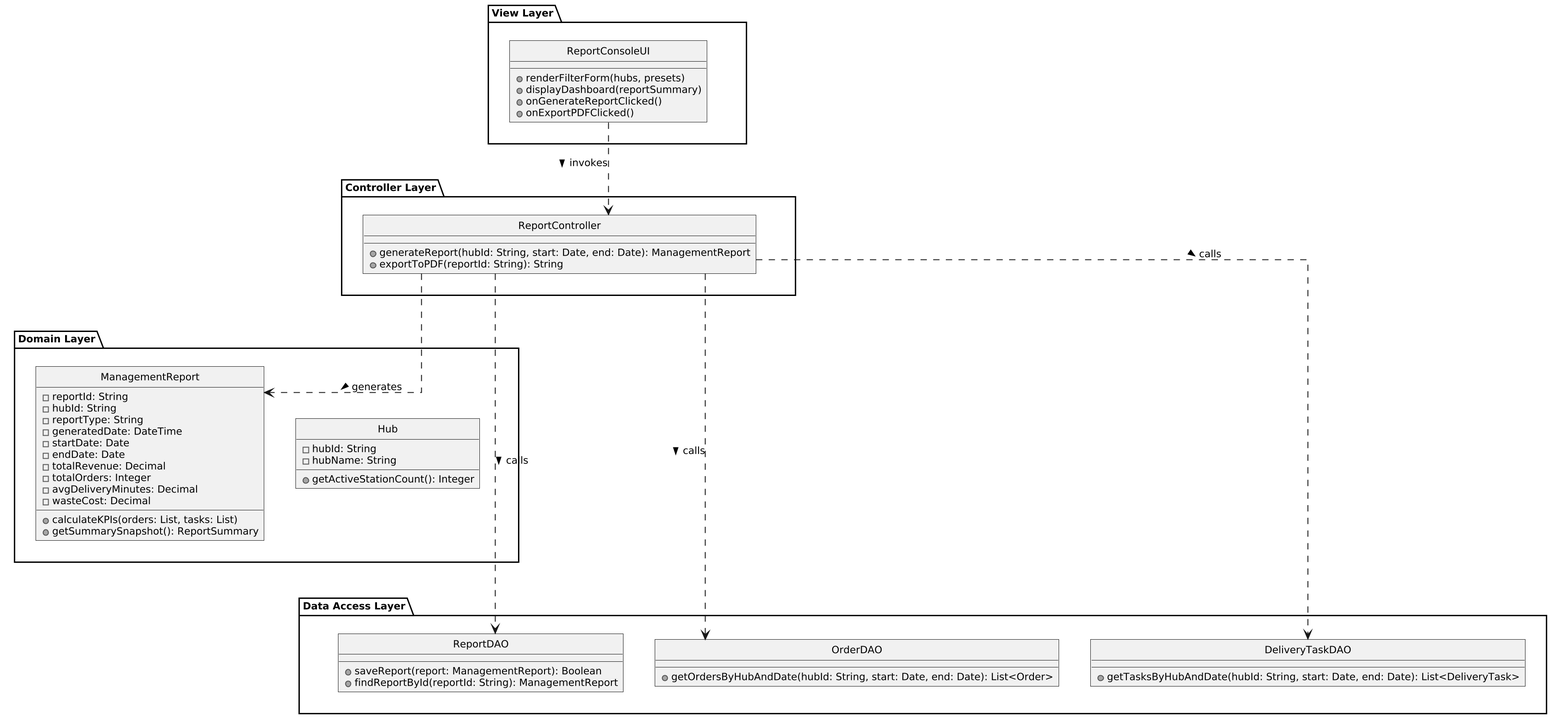
The PlantUML diagram Part_2/image_Tuu/UC16_3Layer_Design_Class.png in DoQuocTrung06/SaigonBite-RAD-TeamF10, before a commit.
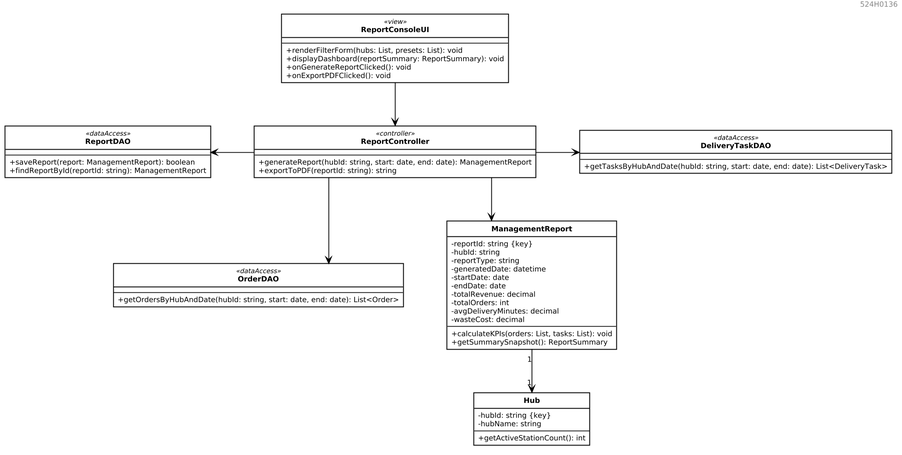
Above is the later version.

Change to the diagram source:
```diff
@@ -3,73 +3,93 @@
 skinparam shadowing false
 skinparam backgroundColor #FFFFFF
 skinparam defaultFontName Arial
-skinparam defaultFontSize 11
-skinparam roundCorner 0
-skinparam dpi 200
+skinparam defaultFontSize 10
+skinparam roundcorner 0
+skinparam dpi 160
+skinparam classAttributeIconSize 0
 skinparam linetype ortho
+skinparam nodesep 60
+skinparam ranksep 60
+
+skinparam ClassBackgroundColor #FFFFFF
+skinparam ClassBorderColor #000000
+skinparam ClassBorderThickness 1.2
+skinparam ClassFontColor #000000
+skinparam ClassFontSize 11
+skinparam ClassFontStyle bold
+skinparam ClassAttributeFontColor #000000
+skinparam ClassAttributeFontSize 10
+skinparam ClassStereotypeFontColor #000000
+skinparam ClassStereotypeFontSize 9
+
+skinparam ArrowColor #000000
+skinparam ArrowThickness 1.1
+skinparam ArrowFontColor #000000
+
 hide circle
+show members
+top to bottom direction
+right header 524H0136
 
-package "View Layer" {
-  class ReportConsoleUI {
-    + renderFilterForm(hubs, presets)
-    + displayDashboard(reportSummary)
-    + onGenerateReportClicked()
-    + onExportPDFClicked()
-  }
+class ReportConsoleUI <<view>> {
+  --
+  +renderFilterForm(hubs: List, presets: List): void
+  +displayDashboard(reportSummary: ReportSummary): void
+  +onGenerateReportClicked(): void
+  +onExportPDFClicked(): void
 }
 
-package "Controller Layer" {
-  class ReportController {
-    + generateReport(hubId: String, start: Date, end: Date): ManagementReport
-    + exportToPDF(reportId: String): String
-  }
+class ReportController <<controller>> {
+  --
+  +generateReport(hubId: string, start: date, end: date): ManagementReport
+  +exportToPDF(reportId: string): string
 }
 
-package "Domain Layer" {
-  class ManagementReport {
-    - reportId: String
-    - hubId: String
-    - reportType: String
-    - generatedDate: DateTime
-    - startDate: Date
-    - endDate: Date
-    - totalRevenue: Decimal
-    - totalOrders: Integer
-    - avgDeliveryMinutes: Decimal
-    - wasteCost: Decimal
-    + calculateKPIs(orders: List, tasks: List)
-    + getSummarySnapshot(): ReportSummary
-  }
-
-  class Hub {
-    - hubId: String
-    - hubName: String
-    + getActiveStationCount(): Integer
-  }
+class ReportDAO <<dataAccess>> {
+  --
+  +saveReport(report: ManagementReport): boolean
+  +findReportById(reportId: string): ManagementReport
 }
 
-package "Data Access Layer" {
-  class ReportDAO {
-    + saveReport(report: ManagementReport): Boolean
-    + findReportById(reportId: String): ManagementReport
-  }
-
-  class OrderDAO {
-    + getOrdersByHubAndDate(hubId: String, start: Date, end: Date): List<Order>
-  }
-
-  class DeliveryTaskDAO {
-    + getTasksByHubAndDate(hubId: String, start: Date, end: Date): List<DeliveryTask>
-  }
+class OrderDAO <<dataAccess>> {
+  --
+  +getOrdersByHubAndDate(hubId: string, start: date, end: date): List<Order>
 }
 
-"View Layer" -[hidden]down-> "Controller Layer"
-"Controller Layer" -[hidden]down-> "Domain Layer"
-"Domain Layer" -[hidden]down-> "Data Access Layer"
+class DeliveryTaskDAO <<dataAccess>> {
+  --
+  +getTasksByHubAndDate(hubId: string, start: date, end: date): List<DeliveryTask>
+}
 
-ReportConsoleUI ..> ReportController : invokes >
-ReportController ..> ManagementReport : generates >
-ReportController ..> ReportDAO : calls >
-ReportController ..> OrderDAO : calls >
-ReportController ..> DeliveryTaskDAO : calls >
+class ManagementReport {
+  -reportId: string {key}
+  -hubId: string
+  -reportType: string
+  -generatedDate: datetime
+  -startDate: date
+  -endDate: date
+  -totalRevenue: decimal
+  -totalOrders: int
+  -avgDeliveryMinutes: decimal
+  -wasteCost: decimal
+  --
+  +calculateKPIs(orders: List, tasks: List): void
+  +getSummarySnapshot(): ReportSummary
+}
+
+class Hub {
+  -hubId: string {key}
+  -hubName: string
+  --
+  +getActiveStationCount(): int
+}
+
+ReportConsoleUI -down-> ReportController
+
+ReportController -left-> ReportDAO
+ReportController -right-> DeliveryTaskDAO
+ReportController -down-> OrderDAO
+
+ReportController -down-> ManagementReport
+ManagementReport "1" --> "1" Hub
 @enduml
```
